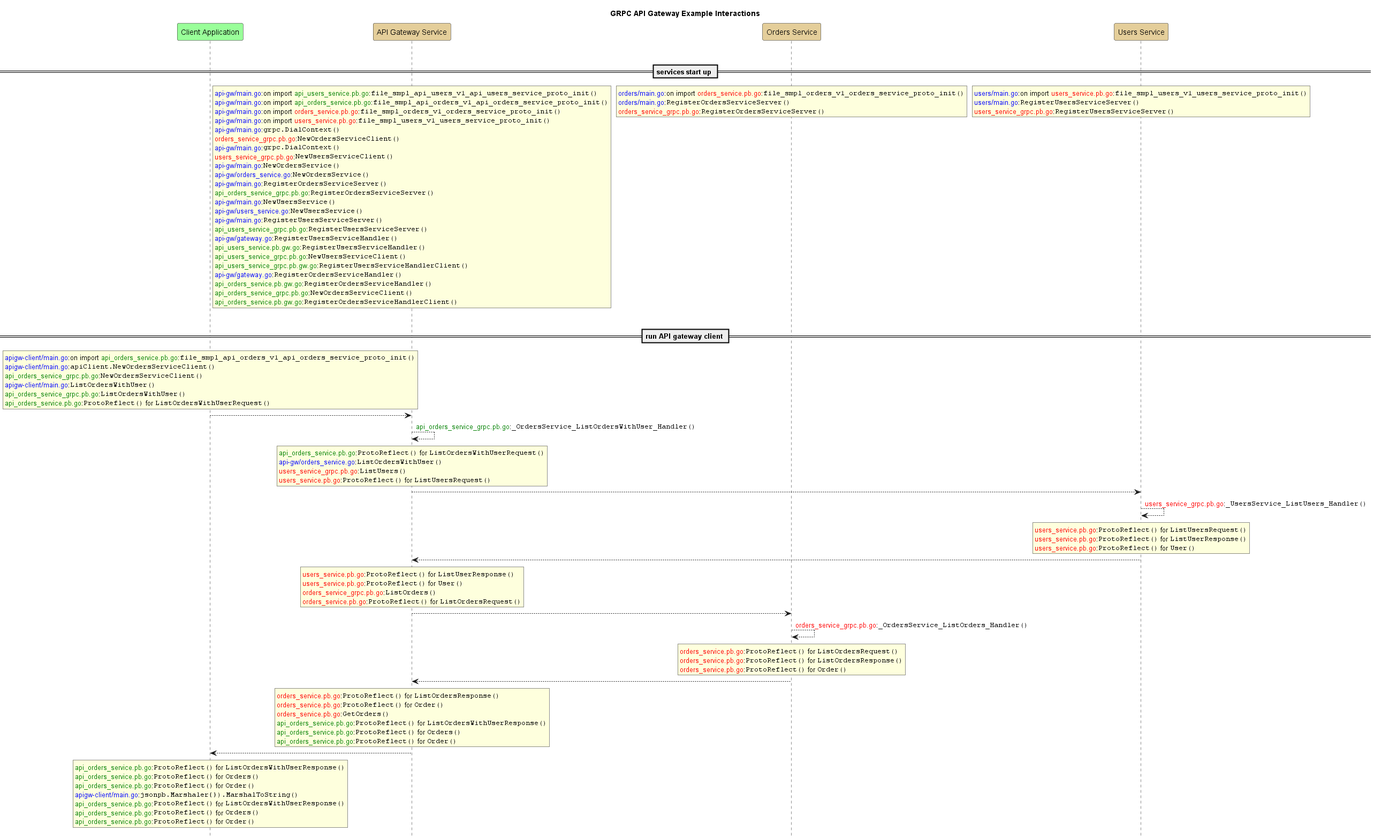
Before: images/interactions.png, a diagram exported from PlantUML (wareed1/enhanced-grpc-api-gateway-example).
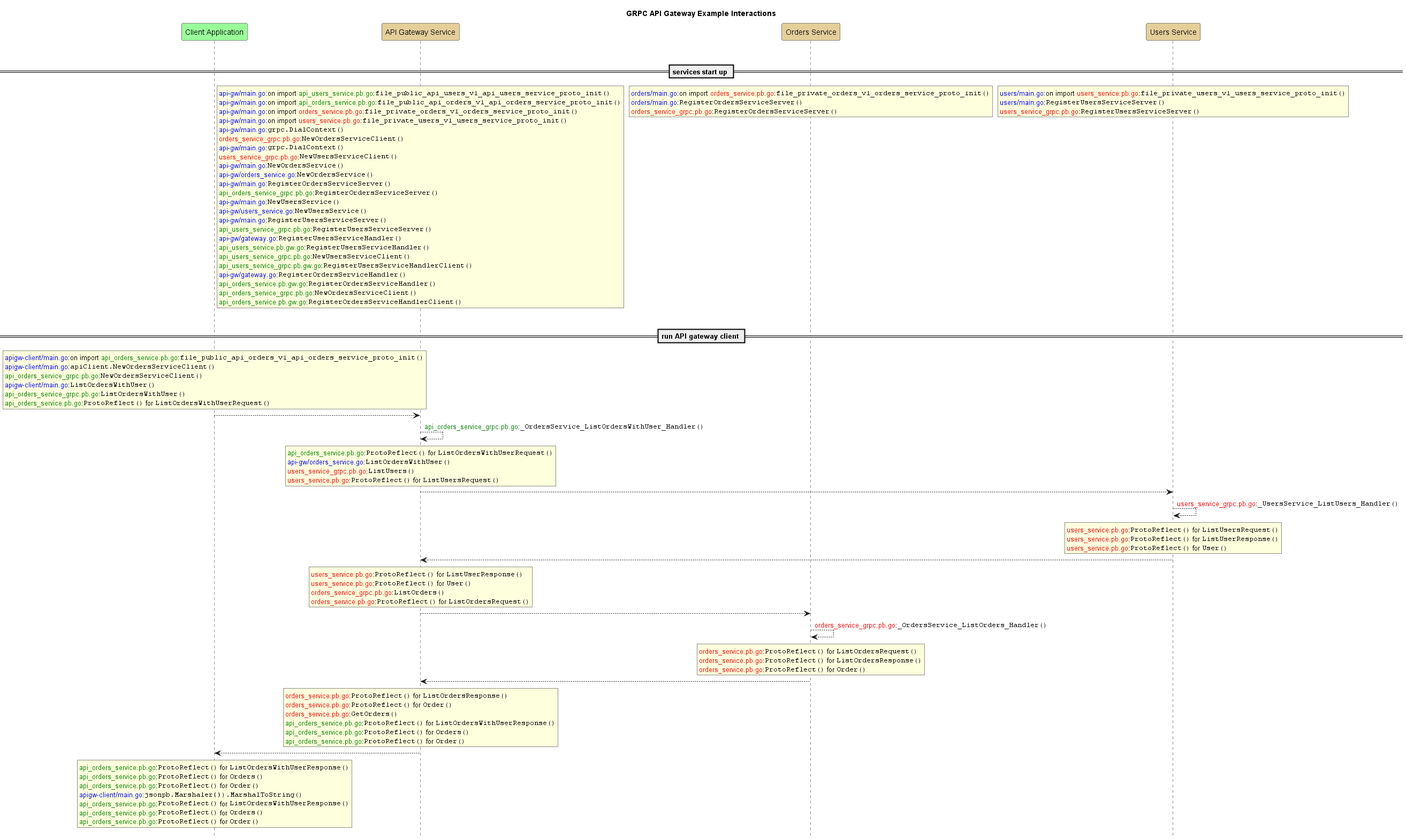
Above is the later version.

Commit message:
Highlight public and private APIs

The edit, as a diff of the source:
```diff
@@ -9,20 +9,20 @@
 |||
 == services start up ==
 rnote over OS
-<color blue>orders/main.go</color>:on import <color red>orders_service.pb.go</color>:""file_smpl_orders_v1_orders_service_proto_init()""
+<color blue>orders/main.go</color>:on import <color red>orders_service.pb.go</color>:""file_private_orders_v1_orders_service_proto_init()""
 <color blue>orders/main.go</color>:""RegisterOrdersServiceServer()""
 <color red>orders_service_grpc.pb.go</color>:""RegisterOrdersServiceServer()""
 endrnote
 / rnote over US
-<color blue>users/main.go</color>:on import <color red>users_service.pb.go</color>:""file_smpl_users_v1_users_service_proto_init()""
+<color blue>users/main.go</color>:on import <color red>users_service.pb.go</color>:""file_private_users_v1_users_service_proto_init()""
 <color blue>users/main.go</color>:""RegisterUsersServiceServer()""
 <color red>users_service_grpc.pb.go</color>:""RegisterUsersServiceServer()""
 endrnote
 / rnote over GW
-<color blue>api-gw/main.go</color>:on import <color green>api_users_service.pb.go</color>:""file_smpl_api_users_v1_api_users_service_proto_init()""
-<color blue>api-gw/main.go</color>:on import <color green>api_orders_service.pb.go</color>:""file_smpl_api_orders_v1_api_orders_service_proto_init()""
-<color blue>api-gw/main.go</color>:on import <color red>orders_service.pb.go</color>:""file_smpl_orders_v1_orders_service_proto_init()""
-<color blue>api-gw/main.go</color>:on import <color red>users_service.pb.go</color>:""file_smpl_users_v1_users_service_proto_init()""
+<color blue>api-gw/main.go</color>:on import <color green>api_users_service.pb.go</color>:""file_public_api_users_v1_api_users_service_proto_init()""
+<color blue>api-gw/main.go</color>:on import <color green>api_orders_service.pb.go</color>:""file_public_api_orders_v1_api_orders_service_proto_init()""
+<color blue>api-gw/main.go</color>:on import <color red>orders_service.pb.go</color>:""file_private_orders_v1_orders_service_proto_init()""
+<color blue>api-gw/main.go</color>:on import <color red>users_service.pb.go</color>:""file_private_users_v1_users_service_proto_init()""
 <color blue>api-gw/main.go</color>:""grpc.DialContext()""
 <color red>orders_service_grpc.pb.go</color>:""NewOrdersServiceClient()""
 <color blue>api-gw/main.go</color>:""grpc.DialContext()""
@@ -47,7 +47,7 @@
 |||
 == run API gateway client ==
 rnote over C
-<color blue>apigw-client/main.go</color>:on import <color green>api_orders_service.pb.go</color>:""file_smpl_api_orders_v1_api_orders_service_proto_init()""
+<color blue>apigw-client/main.go</color>:on import <color green>api_orders_service.pb.go</color>:""file_public_api_orders_v1_api_orders_service_proto_init()""
 <color blue>apigw-client/main.go</color>:""apiClient.NewOrdersServiceClient()""
 <color green>api_orders_service_grpc.pb.go</color>:""NewOrdersServiceClient()""
 <color blue>apigw-client/main.go</color>:""ListOrdersWithUser()""
```
